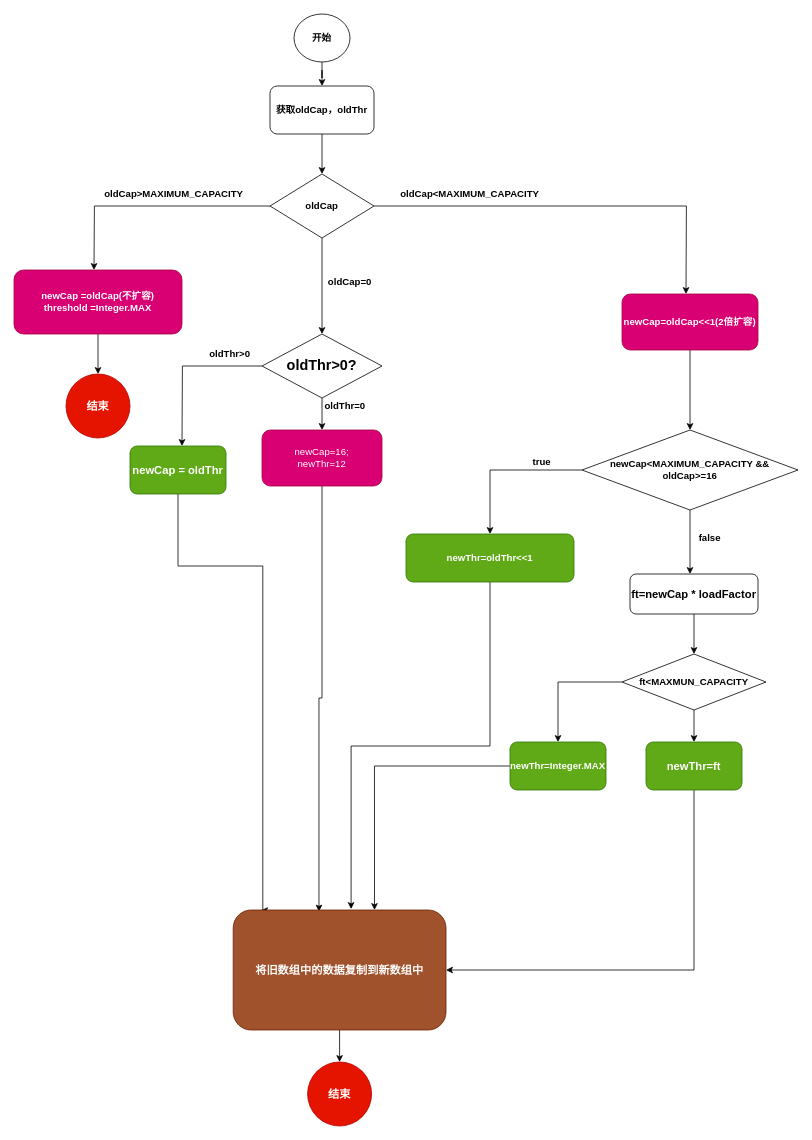
The draw.io diagram HashMap/resize.drawio in mydlxy/draw, before the edit. Source tidied: cells renumbered, new cells numbered last; positions are measured from the earlier drawing's top-left corner, leaving out a move shared by most shapes. Both pictures are drawn from the tidied source at 80%, with x=0, y=0 at pixel (14, 14).
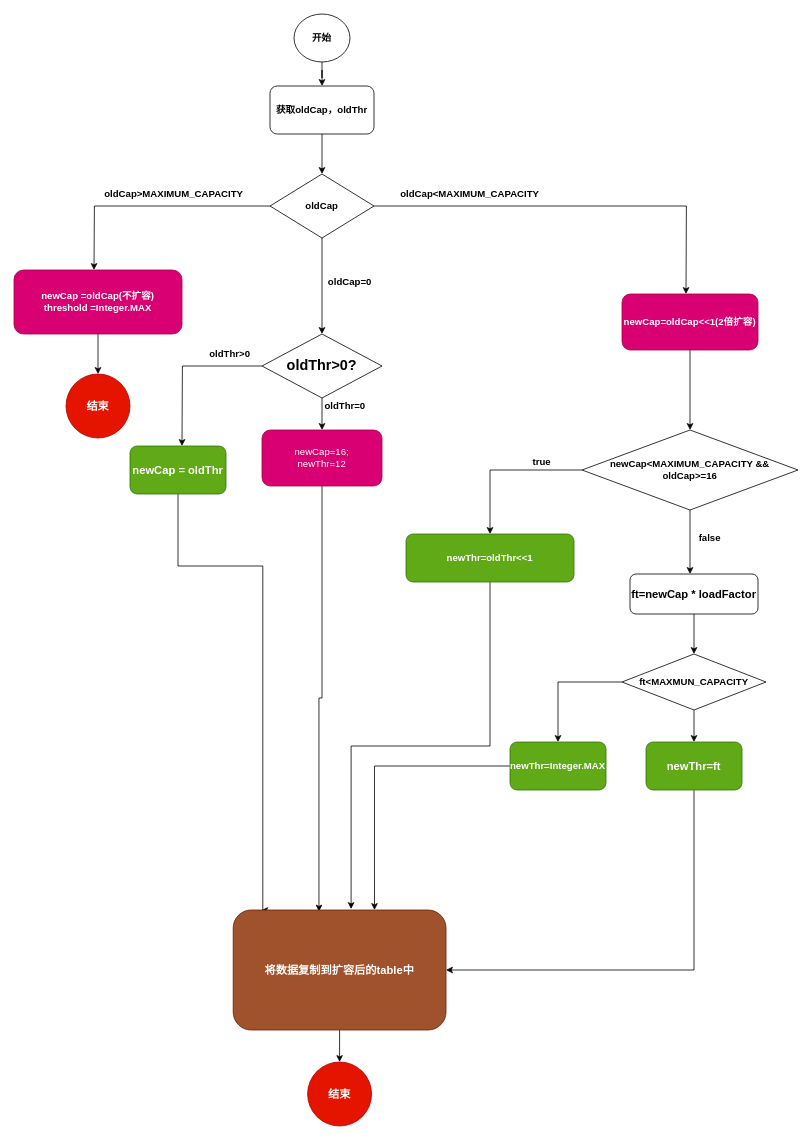
The same page after the edit.

The edit, as a diff of the source:
```diff
@@
-    <mxCell id="44" value="&lt;font style=&quot;font-size: 14px&quot;&gt;&lt;b&gt;将旧数组中的数据复制到新数组中&lt;/b&gt;&lt;/font&gt;" style="rounded=1;whiteSpace=wrap;html=1;fillColor=#a0522d;strokeColor=#6D1F00;fontColor=#ffffff;" parent="1" vertex="1">
+    <mxCell id="44" value="&lt;font style=&quot;font-size: 14px&quot;&gt;&lt;b&gt;将数据复制到扩容后的table中&lt;/b&gt;&lt;/font&gt;" style="rounded=1;whiteSpace=wrap;html=1;fillColor=#a0522d;strokeColor=#6D1F00;fontColor=#ffffff;" parent="1" vertex="1">
       <mxGeometry x="274" y="1120" width="266" height="150" as="geometry" />
     </mxCell>
```
